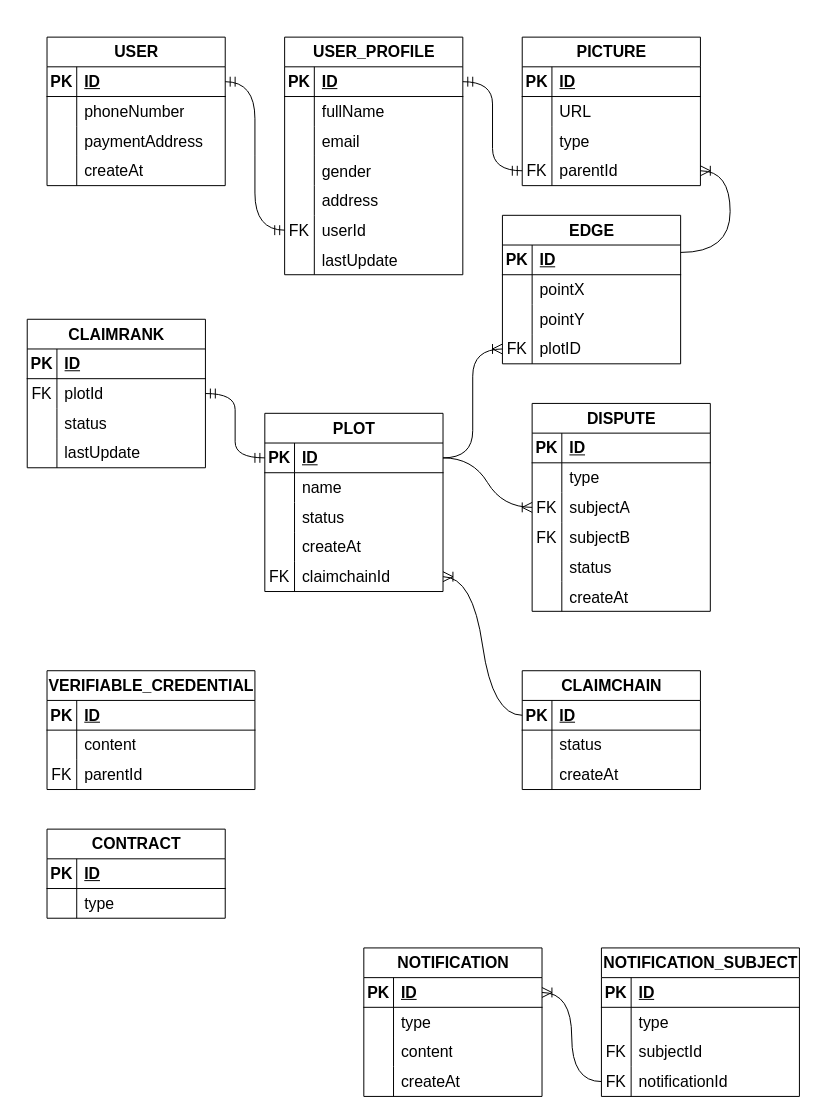
Above: Untitled Diagram.drawio in qukhangfx/Commonlands-DrawIO (draw.io), before the change. Source tidied: cells renumbered, new cells numbered last; positions are measured from the earlier drawing's top-left corner, leaving out a move shared by most shapes. Both pictures are drawn from the tidied source at 99%, with x=0, y=0 at pixel (27, 37).
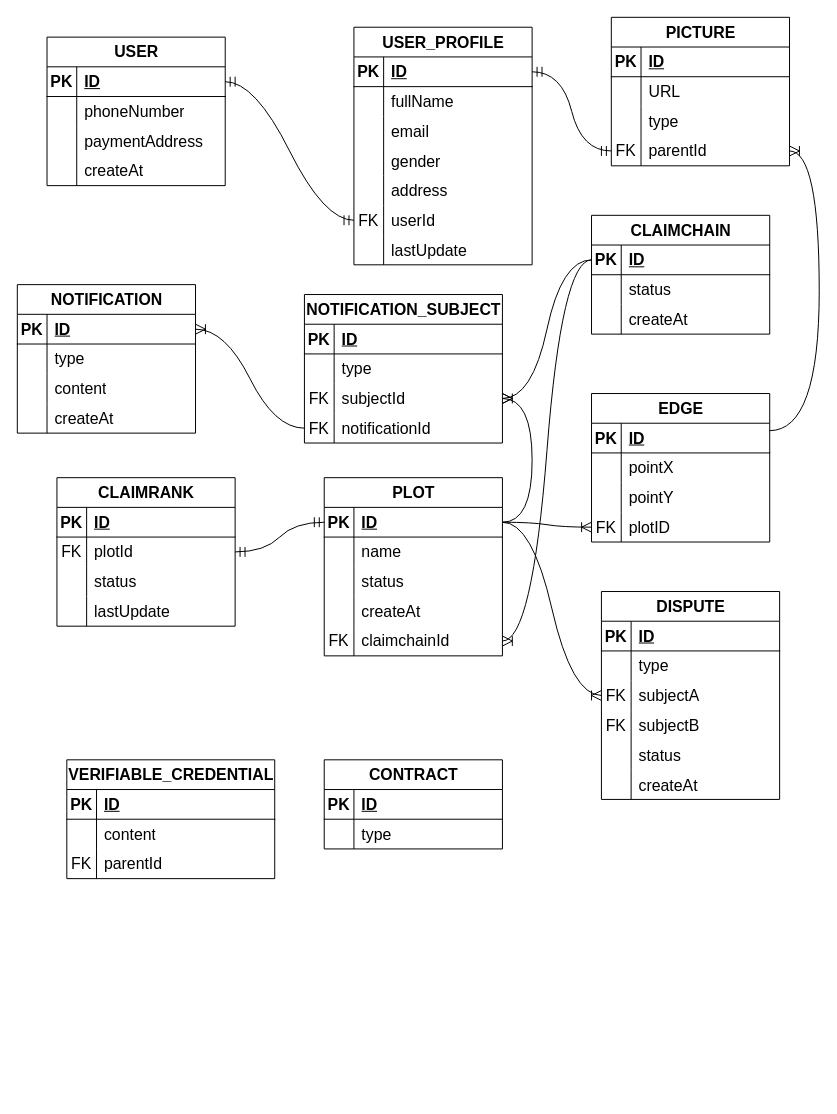
After the change.

Unchanged cells that the change refers to:
```xml
<mxCell id="53" style="shape=tableRow;horizontal=0;startSize=0;swimlaneHead=0;swimlaneBody=0;fillColor=none;points=[[0,0.5],[1,0.5]];portConstraint=eastwest;top=0;left=0;right=0;bottom=1;fontSize=16;" parent="52" vertex="1">
  <mxGeometry y="30" width="180" height="30" as="geometry" />
</mxCell>
<mxCell id="83" style="shape=tableRow;horizontal=0;startSize=0;swimlaneHead=0;swimlaneBody=0;fillColor=none;points=[[0,0.5],[1,0.5]];portConstraint=eastwest;top=0;left=0;right=0;bottom=1;fontSize=16;" parent="82" vertex="1">
  <mxGeometry y="30" width="180" height="30" as="geometry" />
</mxCell>
<mxCell id="129" style="shape=tableRow;horizontal=0;startSize=0;swimlaneHead=0;swimlaneBody=0;fillColor=none;points=[[0,0.5],[1,0.5]];portConstraint=eastwest;top=0;left=0;right=0;bottom=1;fontSize=16;" parent="128" vertex="1">
  <mxGeometry y="30" width="180" height="30" as="geometry" />
</mxCell>
<mxCell id="148" style="shape=tableRow;horizontal=0;startSize=0;swimlaneHead=0;swimlaneBody=0;fillColor=none;points=[[0,0.5],[1,0.5]];portConstraint=eastwest;top=0;left=0;right=0;bottom=0;fontSize=16;" parent="141" vertex="1">
  <mxGeometry y="90" width="200" height="30" as="geometry" />
</mxCell>
<mxCell id="151" style="shape=tableRow;horizontal=0;startSize=0;swimlaneHead=0;swimlaneBody=0;fillColor=none;points=[[0,0.5],[1,0.5]];portConstraint=eastwest;top=0;left=0;right=0;bottom=0;fontSize=16;" parent="141" vertex="1">
  <mxGeometry y="120" width="200" height="30" as="geometry" />
</mxCell>
```

Diff of the diagram source:
```diff
@@
     <mxCell id="15" value="USER_PROFILE" style="shape=table;startSize=30;childLayout=tableLayout;rowLines=0;fontStyle=1;align=center;html=1;fontSize=16;" parent="1" vertex="1">
-      <mxGeometry x="260" width="180" height="240" as="geometry" />
+      <mxGeometry x="330" y="-10" width="180" height="240" as="geometry" />
     </mxCell>
@@
     <mxCell id="38" value="PICTURE" style="shape=table;startSize=30;childLayout=tableLayout;rowLines=0;fontStyle=1;align=center;html=1;fontSize=16;" parent="1" vertex="1">
-      <mxGeometry x="500" width="180" height="150" as="geometry" />
+      <mxGeometry x="590" y="-20" width="180" height="150" as="geometry" />
     </mxCell>
@@
     <mxCell id="52" value="PLOT" style="shape=table;startSize=30;childLayout=tableLayout;rowLines=0;fontStyle=1;align=center;html=1;fontSize=16;" parent="1" vertex="1">
-      <mxGeometry x="240" y="380" width="180" height="180" as="geometry" />
+      <mxGeometry x="300" y="445" width="180" height="180" as="geometry" />
     </mxCell>
@@
     <mxCell id="68" value="EDGE" style="shape=table;startSize=30;childLayout=tableLayout;rowLines=0;fontStyle=1;align=center;html=1;fontSize=16;" parent="1" vertex="1">
-      <mxGeometry x="480" y="180" width="180" height="150" as="geometry" />
+      <mxGeometry x="570" y="360" width="180" height="150" as="geometry" />
     </mxCell>
@@
     <mxCell id="82" value="CLAIMCHAIN" style="shape=table;startSize=30;childLayout=tableLayout;rowLines=0;fontStyle=1;align=center;html=1;fontSize=16;" parent="1" vertex="1">
-      <mxGeometry x="500" y="640" width="180" height="120" as="geometry" />
+      <mxGeometry x="570" y="180" width="180" height="120" as="geometry" />
     </mxCell>
@@
     <mxCell id="94" value="CLAIMRANK" style="shape=table;startSize=30;childLayout=tableLayout;rowLines=0;fontStyle=1;align=center;html=1;fontSize=16;" parent="1" vertex="1">
-      <mxGeometry y="285" width="180" height="150" as="geometry" />
+      <mxGeometry x="30" y="445" width="180" height="150" as="geometry" />
     </mxCell>
@@
     <mxCell id="108" value="DISPUTE" style="shape=table;startSize=30;childLayout=tableLayout;rowLines=0;fontStyle=1;align=center;html=1;fontSize=16;" parent="1" vertex="1">
-      <mxGeometry x="510" y="370" width="180" height="210" as="geometry" />
+      <mxGeometry x="580" y="560" width="180" height="210" as="geometry" />
     </mxCell>
@@
     <mxCell id="128" value="NOTIFICATION" style="shape=table;startSize=30;childLayout=tableLayout;rowLines=0;fontStyle=1;align=center;html=1;fontSize=16;" parent="1" vertex="1">
-      <mxGeometry x="340" y="920" width="180" height="150" as="geometry" />
+      <mxGeometry x="-10" y="250" width="180" height="150" as="geometry" />
     </mxCell>
@@
     <mxCell id="141" value="NOTIFICATION_SUBJECT" style="shape=table;startSize=30;childLayout=tableLayout;rowLines=0;fontStyle=1;align=center;html=1;fontSize=16;" parent="1" vertex="1">
-      <mxGeometry x="580" y="920" width="200" height="150" as="geometry" />
+      <mxGeometry x="280" y="260" width="200" height="150" as="geometry" />
     </mxCell>
@@
-    <mxCell id="154" style="edgeStyle=entityRelationEdgeStyle;fontSize=12;html=1;endArrow=ERoneToMany;rounded=0;startSize=8;endSize=8;curved=1;entryX=1;entryY=0.5;entryDx=0;entryDy=0;exitX=0;exitY=0.5;exitDx=0;exitDy=0;" parent="1" edge="1" source="151" target="129">
+    <mxCell id="154" style="edgeStyle=entityRelationEdgeStyle;fontSize=12;html=1;endArrow=ERoneToMany;rounded=0;startSize=8;endSize=8;curved=1;exitX=0;exitY=0.5;exitDx=0;exitDy=0;" parent="1" edge="1" source="151" target="129">
       <mxGeometry relative="1" as="geometry" />
     </mxCell>
     <mxCell id="155" value="VERIFIABLE_CREDENTIAL" style="shape=table;startSize=30;childLayout=tableLayout;rowLines=0;fontStyle=1;align=center;html=1;fontSize=16;" parent="1" vertex="1">
-      <mxGeometry x="20" y="640" width="210" height="120" as="geometry" />
+      <mxGeometry x="40" y="730" width="210" height="120" as="geometry" />
     </mxCell>
@@
     <mxCell id="165" value="CONTRACT" style="shape=table;startSize=30;childLayout=tableLayout;rowLines=0;fontStyle=1;align=center;html=1;fontSize=16;" parent="1" vertex="1">
-      <mxGeometry x="20" y="800" width="180" height="90" as="geometry" />
+      <mxGeometry x="300" y="730" width="180" height="90" as="geometry" />
     </mxCell>
@@
+    <mxCell id="172" style="edgeStyle=entityRelationEdgeStyle;fontSize=12;html=1;endArrow=ERmany;rounded=0;startSize=8;endSize=8;curved=1;exitX=1;exitY=0.5;exitDx=0;exitDy=0;entryX=1;entryY=0.5;entryDx=0;entryDy=0;" parent="1" edge="1" source="53" target="148">
+      <mxGeometry relative="1" as="geometry" />
+    </mxCell>
+    <mxCell id="173" style="edgeStyle=entityRelationEdgeStyle;fontSize=12;html=1;endArrow=ERoneToMany;rounded=0;startSize=8;endSize=8;curved=1;entryX=1;entryY=0.5;entryDx=0;entryDy=0;" parent="1" edge="1" source="83" target="148">
+      <mxGeometry relative="1" as="geometry" />
+    </mxCell>
```
